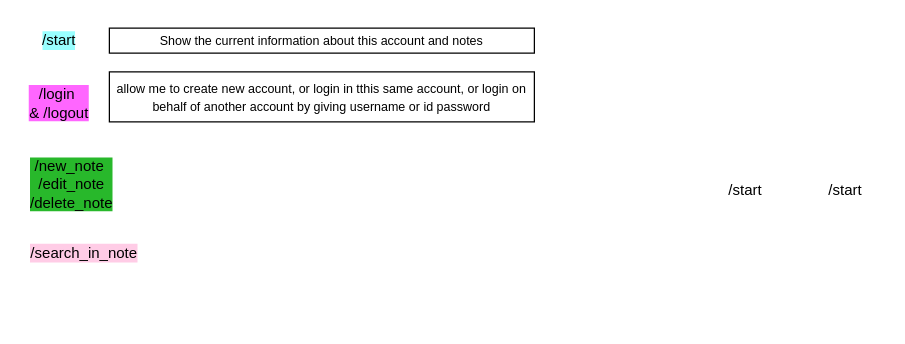
RanaUniverse/note_taking_bot keeps this draw.io diagram as abc.drawio. Above is the earlier version. Source tidied: cells renumbered, new cells numbered last; positions are measured from the earlier drawing's top-left corner, leaving out a move shared by most shapes. Both pictures are drawn from the tidied source at 125%, with x=0, y=0 at pixel (21, 21).
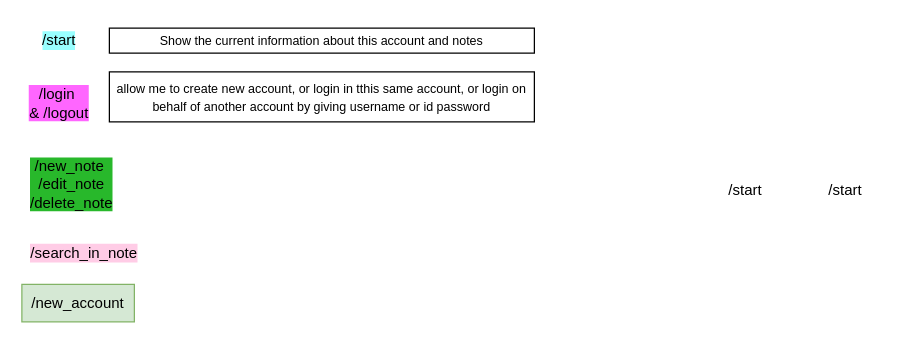
Above is the later version.

The edit, as a diff of the source:
```diff
@@
 <mxGraphModel>
   <root>
     <mxCell id="0" />
     <mxCell id="1" parent="0" />
     <mxCell id="2" value="/start" style="text;html=1;align=center;verticalAlign=middle;whiteSpace=wrap;rounded=0;labelBackgroundColor=#99FFFF;" parent="1" vertex="1">
       <mxGeometry width="60" height="30" as="geometry" />
     </mxCell>
     <mxCell id="3" value="/login&amp;nbsp;&lt;div&gt;&amp;amp;&amp;nbsp;&lt;span style=&quot;&quot;&gt;/logout&lt;/span&gt;&lt;/div&gt;" style="text;html=1;align=center;verticalAlign=middle;whiteSpace=wrap;rounded=0;labelBackgroundColor=#FF66FF;" parent="1" vertex="1">
       <mxGeometry y="50" width="60" height="30" as="geometry" />
     </mxCell>
     <mxCell id="4" value="/new_note&amp;nbsp;&lt;div&gt;/edit_note&lt;/div&gt;&lt;div&gt;/delete_note&lt;/div&gt;" style="text;html=1;align=center;verticalAlign=middle;whiteSpace=wrap;rounded=0;labelBackgroundColor=light-dark(#28b82b, #ededed);" parent="1" vertex="1">
       <mxGeometry x="10" y="100" width="60" height="60" as="geometry" />
     </mxCell>
     <mxCell id="5" value="/start" style="text;html=1;align=center;verticalAlign=middle;whiteSpace=wrap;rounded=0;" parent="1" vertex="1">
       <mxGeometry x="629" y="120" width="60" height="30" as="geometry" />
     </mxCell>
     <mxCell id="6" value="/search_in_note" style="text;html=1;align=center;verticalAlign=middle;whiteSpace=wrap;rounded=0;labelBackgroundColor=#FFCCE6;" parent="1" vertex="1">
       <mxGeometry x="20" y="170" width="60" height="30" as="geometry" />
     </mxCell>
     <mxCell id="7" value="/start" style="text;html=1;align=center;verticalAlign=middle;whiteSpace=wrap;rounded=0;" parent="1" vertex="1">
       <mxGeometry x="549" y="120" width="60" height="30" as="geometry" />
     </mxCell>
     <mxCell id="8" value="&lt;font style=&quot;font-size: 10px;&quot;&gt;Show the current information about this account and notes&lt;/font&gt;" style="rounded=0;whiteSpace=wrap;html=1;" parent="1" vertex="1">
       <mxGeometry x="70" y="5" width="340" height="20" as="geometry" />
     </mxCell>
     <mxCell id="9" value="&lt;font style=&quot;font-size: 10px;&quot;&gt;allow me to create new account, or login in tthis same account, or login on behalf of another account by giving username or id password&lt;/font&gt;" style="rounded=0;whiteSpace=wrap;html=1;" parent="1" vertex="1">
       <mxGeometry x="70" y="40" width="340" height="40" as="geometry" />
     </mxCell>
+    <mxCell id="10" value="/new_account" style="rounded=0;whiteSpace=wrap;html=1;fillColor=#d5e8d4;strokeColor=#82b366;" parent="1" vertex="1">
+      <mxGeometry y="210" width="90" height="30" as="geometry" />
+    </mxCell>
   </root>
 </mxGraphModel>
```
